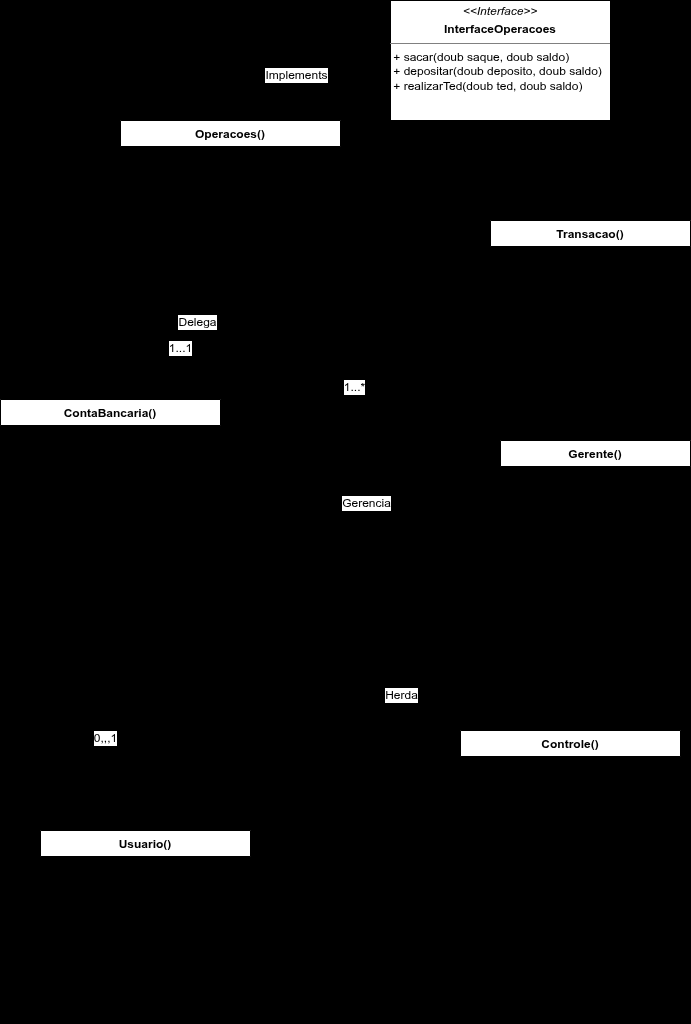
soturnacrosta/sistemaBancario keeps this draw.io diagram as Diagrama de classes.drawio.png. Above is the earlier version. Source tidied: cells renumbered, new cells last; positions are measured from the earlier drawing's top-left corner, leaving out a move shared by most shapes.
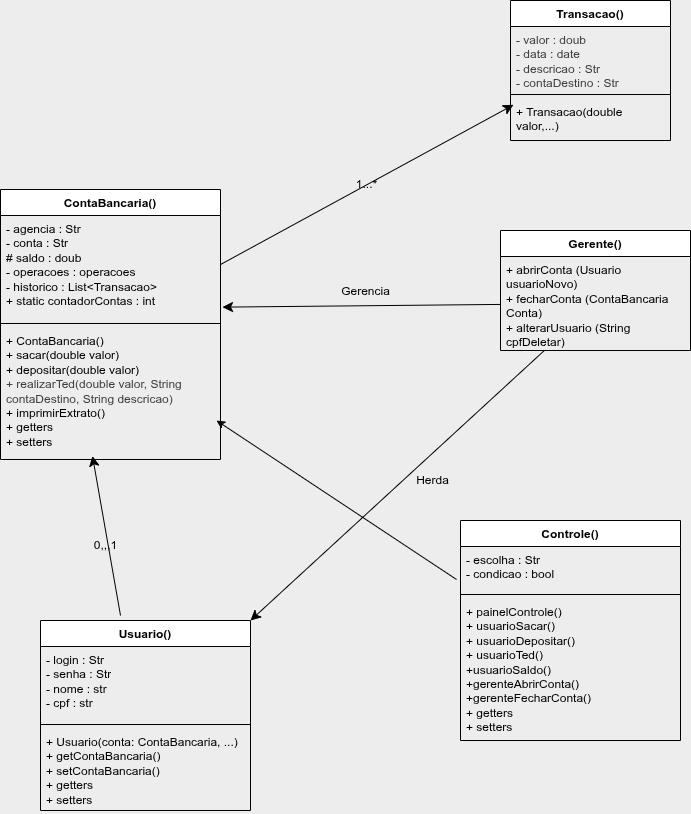
The same diagram one commit later.

What changed in the source:
```diff
@@ -1,121 +1,93 @@
-<mxGraphModel background="light-dark(#F7F7F7,#FFFFFF)">
+<mxGraphModel background="#EDEDED" shadow="1">
   <root>
     <mxCell id="0" />
     <mxCell id="1" parent="0" />
-    <mxCell id="2" value="Operacoes()" style="swimlane;fontStyle=1;align=center;verticalAlign=top;horizontal=1;startSize=26;whiteSpace=wrap;html=1;" parent="1" vertex="1">
-      <mxGeometry x="120" y="120" width="220" height="112" as="geometry" />
-    </mxCell>
-    <mxCell id="3" value="&lt;br&gt;&lt;div&gt;&lt;br&gt;&lt;/div&gt;&lt;div&gt;&lt;br&gt;&lt;/div&gt;" style="text;strokeColor=none;fillColor=none;align=left;verticalAlign=top;spacingLeft=4;spacingRight=4;overflow=hidden;points=[[0,0.5],[1,0.5]];portConstraint=eastwest;whiteSpace=wrap;html=1;" parent="2" vertex="1">
-      <mxGeometry y="26" width="220" height="6" as="geometry" />
-    </mxCell>
-    <mxCell id="4" value="&lt;div&gt;+ sacar(doub saque, doub saldo)&lt;/div&gt;&lt;div&gt;+ depositar(doub deposito, doub saldo)&lt;/div&gt;&lt;div&gt;+ realizarTed (doub ted, doub saldo)&lt;/div&gt;" style="text;strokeColor=none;fillColor=none;align=left;verticalAlign=top;spacingLeft=4;spacingRight=4;overflow=hidden;points=[[0,0.5],[1,0.5]];portConstraint=eastwest;whiteSpace=wrap;html=1;" parent="2" vertex="1">
-      <mxGeometry y="32" width="220" height="80" as="geometry" />
-    </mxCell>
-    <mxCell id="5" style="edgeStyle=none;curved=1;rounded=0;jettySize=auto;html=1;fontSize=12;startSize=8;endSize=8;entryX=0.431;entryY=-0.025;entryDx=0;entryDy=0;entryPerimeter=0;" parent="1" edge="1" source="7" target="2">
-      <mxGeometry relative="1" as="geometry">
-        <Array as="points">
-          <mxPoint x="220" y="80" />
-        </Array>
-      </mxGeometry>
-    </mxCell>
-    <mxCell id="6" value="Implements" style="edgeLabel;html=1;align=center;verticalAlign=middle;fontSize=12;" parent="5" vertex="1">
-      <mxGeometry x="-0.09" relative="1" as="geometry" />
-    </mxCell>
-    <mxCell id="7" value="&lt;p style=&quot;margin:0px;margin-top:4px;text-align:center;&quot;&gt;&lt;i&gt;&amp;lt;&amp;lt;Interface&amp;gt;&amp;gt;&lt;/i&gt;&lt;/p&gt;&lt;p style=&quot;margin:0px;margin-top:4px;text-align:center;&quot;&gt;&lt;b&gt;InterfaceOperacoes&lt;/b&gt;&lt;/p&gt;&lt;hr size=&quot;1&quot; style=&quot;border-style:solid;&quot;&gt;&lt;div&gt;&amp;nbsp;+ sacar(doub saque, doub saldo)&lt;/div&gt;&lt;div&gt;&amp;nbsp;+ depositar(doub deposito, doub saldo)&lt;/div&gt;&lt;div&gt;&amp;nbsp;+ realizarTed(doub ted, doub saldo)&lt;/div&gt;&lt;p style=&quot;margin:0px;margin-left:4px;&quot;&gt;&lt;/p&gt;" style="verticalAlign=top;align=left;overflow=fill;html=1;whiteSpace=wrap;" parent="1" vertex="1">
-      <mxGeometry x="390" width="220" height="120" as="geometry" />
-    </mxCell>
-    <mxCell id="8" value="ContaBancaria()" style="swimlane;fontStyle=1;align=center;verticalAlign=top;horizontal=1;startSize=26;whiteSpace=wrap;html=1;" parent="1" vertex="1">
-      <mxGeometry y="399" width="220" height="230" as="geometry" />
+    <mxCell id="8" value="ContaBancaria()" style="swimlane;fontStyle=1;align=center;verticalAlign=top;horizontal=1;startSize=26;whiteSpace=wrap;html=1;labelBackgroundColor=none;" parent="1" vertex="1">
+      <mxGeometry y="399" width="220" height="270" as="geometry" />
     </mxCell>
-    <mxCell id="9" value="&lt;div&gt;- agencia : Str&lt;/div&gt;&lt;div&gt;- conta : Str&lt;/div&gt;&lt;div&gt;&lt;div&gt;# saldo : doub&lt;/div&gt;- operacoes : operacoes&lt;/div&gt;&lt;div&gt;    - historico : List&amp;lt;Transacao&amp;gt;&lt;/div&gt;" style="text;strokeColor=none;fillColor=none;align=left;verticalAlign=top;spacingLeft=4;spacingRight=4;overflow=hidden;points=[[0,0.5],[1,0.5]];portConstraint=eastwest;whiteSpace=wrap;html=1;" parent="8" vertex="1">
-      <mxGeometry y="26" width="220" height="84" as="geometry" />
+    <mxCell id="9" value="&lt;div&gt;- agencia : Str&lt;/div&gt;&lt;div&gt;- conta : Str&lt;/div&gt;&lt;div&gt;&lt;div&gt;# saldo : doub&lt;/div&gt;- operacoes : operacoes&lt;/div&gt;&lt;div&gt;    - historico : List&amp;lt;Transacao&amp;gt;&lt;br&gt;+ static contadorContas : int&lt;/div&gt;" style="text;strokeColor=none;fillColor=none;align=left;verticalAlign=top;spacingLeft=4;spacingRight=4;overflow=hidden;points=[[0,0.5],[1,0.5]];portConstraint=eastwest;whiteSpace=wrap;html=1;labelBackgroundColor=none;" parent="8" vertex="1">
+      <mxGeometry y="26" width="220" height="104" as="geometry" />
     </mxCell>
-    <mxCell id="10" style="line;strokeWidth=1;fillColor=none;align=left;verticalAlign=middle;spacingTop=-1;spacingLeft=3;spacingRight=3;labelPosition=right;strokeColor=inherit;" parent="8" vertex="1">
-      <mxGeometry y="110" width="220" height="8" as="geometry" />
+    <mxCell id="10" style="line;strokeWidth=1;fillColor=none;align=left;verticalAlign=middle;spacingTop=-1;spacingLeft=3;spacingRight=3;labelPosition=right;strokeColor=inherit;labelBackgroundColor=none;" parent="8" vertex="1">
+      <mxGeometry y="130" width="220" height="8" as="geometry" />
     </mxCell>
-    <mxCell id="11" value="&lt;div&gt;+ sacar(double valor)&lt;br&gt;    + depositar(double valor)&lt;/div&gt;&lt;div&gt;    + getExtrato() : List&amp;lt;Transacao&amp;gt;&lt;/div&gt;&lt;div&gt;+ realizarTed(double valor)&lt;/div&gt;&lt;div&gt;+ getters&amp;nbsp;&lt;/div&gt;&lt;div&gt;+ setters&lt;/div&gt;" style="text;strokeColor=none;fillColor=none;align=left;verticalAlign=top;spacingLeft=4;spacingRight=4;overflow=hidden;points=[[0,0.5],[1,0.5]];portConstraint=eastwest;whiteSpace=wrap;html=1;" parent="8" vertex="1">
-      <mxGeometry y="118" width="220" height="112" as="geometry" />
+    <mxCell id="11" value="&lt;div&gt;+ ContaBancaria()&lt;br&gt;+ sacar(double valor)&lt;br&gt;    + depositar(double valor)&lt;br&gt;&lt;span style=&quot;color: rgb(63, 63, 63);&quot;&gt;+ realizarTed(double valor, String contaDestino, String descricao)&lt;/span&gt;&lt;/div&gt;&lt;div&gt;    + imprimirExtrato()&lt;/div&gt;&lt;div&gt;+ getters&amp;nbsp;&lt;/div&gt;&lt;div&gt;+ setters&lt;/div&gt;" style="text;strokeColor=none;fillColor=none;align=left;verticalAlign=top;spacingLeft=4;spacingRight=4;overflow=hidden;points=[[0,0.5],[1,0.5]];portConstraint=eastwest;whiteSpace=wrap;html=1;labelBackgroundColor=none;" parent="8" vertex="1">
+      <mxGeometry y="138" width="220" height="132" as="geometry" />
     </mxCell>
-    <mxCell id="12" style="edgeStyle=none;curved=1;rounded=0;jettySize=auto;html=1;entryX=0.505;entryY=1.013;entryDx=0;entryDy=0;entryPerimeter=0;fontSize=12;startSize=8;endSize=8;" parent="1" edge="1" source="8" target="4">
-      <mxGeometry relative="1" as="geometry" />
-    </mxCell>
-    <mxCell id="13" value="Delega" style="edgeLabel;html=1;align=center;verticalAlign=middle;fontSize=12;" parent="12" vertex="1">
-      <mxGeometry x="-0.05" y="-3" relative="1" as="geometry" />
-    </mxCell>
-    <mxCell id="14" value="1...1" style="edgeLabel;html=1;align=center;verticalAlign=middle;fontSize=12;" parent="12" vertex="1">
-      <mxGeometry x="-0.39" y="2" relative="1" as="geometry" />
-    </mxCell>
-    <mxCell id="15" value="Transacao()" style="swimlane;fontStyle=1;align=center;verticalAlign=top;horizontal=1;startSize=26;whiteSpace=wrap;html=1;" parent="1" vertex="1">
-      <mxGeometry x="490" y="220" width="200" height="100" as="geometry" />
-    </mxCell>
-    <mxCell id="16" value="&lt;div&gt;# valor : doub&lt;/div&gt;&lt;div&gt;# data : date&lt;/div&gt;&lt;div&gt;# descricao : Str&lt;/div&gt;" style="text;strokeColor=none;fillColor=none;align=left;verticalAlign=top;spacingLeft=4;spacingRight=4;overflow=hidden;points=[[0,0.5],[1,0.5]];portConstraint=eastwest;whiteSpace=wrap;html=1;" parent="15" vertex="1">
-      <mxGeometry y="26" width="200" height="74" as="geometry" />
-    </mxCell>
-    <mxCell id="17" style="edgeStyle=none;curved=1;rounded=0;jettySize=auto;html=1;fontSize=12;startSize=8;endSize=8;exitX=1.005;exitY=0.865;exitDx=0;exitDy=0;exitPerimeter=0;" parent="1" edge="1" source="3" target="16">
-      <mxGeometry relative="1" as="geometry">
-        <Array as="points">
-          <mxPoint x="410" y="280" />
-        </Array>
-      </mxGeometry>
-    </mxCell>
-    <mxCell id="18" style="edgeStyle=none;curved=1;rounded=0;jettySize=auto;html=1;fontSize=12;startSize=8;endSize=8;entryX=0.418;entryY=0.973;entryDx=0;entryDy=0;entryPerimeter=0;exitX=0.424;exitY=-0.021;exitDx=0;exitDy=0;exitPerimeter=0;" parent="1" edge="1" target="11">
+    <mxCell id="18" style="edgeStyle=none;curved=1;rounded=0;jettySize=auto;html=1;fontSize=12;startSize=8;endSize=8;entryX=0.418;entryY=0.973;entryDx=0;entryDy=0;entryPerimeter=0;exitX=0.424;exitY=-0.021;exitDx=0;exitDy=0;exitPerimeter=0;labelBackgroundColor=none;" parent="1" edge="1" target="11">
       <mxGeometry relative="1" as="geometry">
         <mxPoint x="120" y="825" as="sourcePoint" />
       </mxGeometry>
     </mxCell>
-    <mxCell id="19" value="0,,,1" style="edgeLabel;html=1;align=center;verticalAlign=middle;fontSize=12;" parent="18" vertex="1">
+    <mxCell id="19" value="0,,,1" style="edgeLabel;html=1;align=center;verticalAlign=middle;fontSize=12;labelBackgroundColor=none;" parent="18" vertex="1">
       <mxGeometry x="-0.12" y="3" relative="1" as="geometry" />
     </mxCell>
-    <mxCell id="20" value="Gerente()" style="swimlane;fontStyle=1;align=center;verticalAlign=top;horizontal=1;startSize=26;whiteSpace=wrap;html=1;" parent="1" vertex="1">
+    <mxCell id="20" value="Gerente()" style="swimlane;fontStyle=1;align=center;verticalAlign=top;horizontal=1;startSize=26;whiteSpace=wrap;html=1;labelBackgroundColor=none;" parent="1" vertex="1">
       <mxGeometry x="500" y="440" width="190" height="120" as="geometry" />
     </mxCell>
-    <mxCell id="21" value="&lt;div&gt;+ abrirConta (Usuario usuario)&lt;/div&gt;&lt;div&gt;+ fecharConta (ContaBancaria Conta)&lt;/div&gt;&lt;div&gt;+ alterarUsuario (Usuario usuario)&lt;/div&gt;" style="text;strokeColor=none;fillColor=none;align=left;verticalAlign=top;spacingLeft=4;spacingRight=4;overflow=hidden;points=[[0,0.5],[1,0.5]];portConstraint=eastwest;whiteSpace=wrap;html=1;" parent="20" vertex="1">
+    <mxCell id="21" value="&lt;div&gt;+ abrirConta (Usuario usuarioNovo)&lt;/div&gt;&lt;div&gt;+ fecharConta (ContaBancaria Conta)&lt;/div&gt;&lt;div&gt;+ alterarUsuario (String cpfDeletar)&lt;/div&gt;" style="text;strokeColor=none;fillColor=none;align=left;verticalAlign=top;spacingLeft=4;spacingRight=4;overflow=hidden;points=[[0,0.5],[1,0.5]];portConstraint=eastwest;whiteSpace=wrap;html=1;labelBackgroundColor=none;" parent="20" vertex="1">
       <mxGeometry y="26" width="190" height="94" as="geometry" />
     </mxCell>
-    <mxCell id="22" style="edgeStyle=none;curved=1;rounded=0;jettySize=auto;html=1;entryX=1;entryY=0;entryDx=0;entryDy=0;fontSize=12;startSize=8;endSize=8;" parent="1" edge="1" source="21" target="26">
+    <mxCell id="22" style="edgeStyle=none;curved=1;rounded=0;jettySize=auto;html=1;entryX=1;entryY=0;entryDx=0;entryDy=0;fontSize=12;startSize=8;endSize=8;labelBackgroundColor=none;" parent="1" edge="1" source="21" target="26">
       <mxGeometry relative="1" as="geometry" />
     </mxCell>
-    <mxCell id="23" value="Herda" style="edgeLabel;html=1;align=center;verticalAlign=middle;fontSize=12;" parent="22" vertex="1">
-      <mxGeometry x="-0.01" y="2" relative="1" as="geometry" />
+    <mxCell id="23" value="Herda" style="edgeLabel;html=1;align=center;verticalAlign=middle;fontSize=12;labelBackgroundColor=none;" parent="22" vertex="1">
+      <mxGeometry x="-0.01" y="2" relative="1" as="geometry">
+        <mxPoint x="31" y="-5" as="offset" />
+      </mxGeometry>
     </mxCell>
-    <mxCell id="24" style="edgeStyle=none;curved=1;rounded=0;jettySize=auto;html=1;fontSize=12;startSize=8;endSize=8;entryX=1.009;entryY=0.881;entryDx=0;entryDy=0;entryPerimeter=0;" parent="1" edge="1" source="21" target="9">
+    <mxCell id="24" style="edgeStyle=none;curved=1;rounded=0;jettySize=auto;html=1;fontSize=12;startSize=8;endSize=8;entryX=1.009;entryY=0.881;entryDx=0;entryDy=0;entryPerimeter=0;labelBackgroundColor=none;" parent="1" edge="1" source="21" target="9">
       <mxGeometry relative="1" as="geometry" />
     </mxCell>
-    <mxCell id="25" value="Gerencia" style="edgeLabel;html=1;align=center;verticalAlign=middle;fontSize=12;" parent="24" vertex="1">
-      <mxGeometry x="-0.03" y="-2" relative="1" as="geometry" />
+    <mxCell id="25" value="Gerencia" style="edgeLabel;html=1;align=center;verticalAlign=middle;fontSize=12;labelBackgroundColor=none;" parent="24" vertex="1">
+      <mxGeometry x="-0.03" y="-2" relative="1" as="geometry">
+        <mxPoint y="-13" as="offset" />
+      </mxGeometry>
     </mxCell>
-    <mxCell id="26" value="Usuario()" style="swimlane;fontStyle=1;align=center;verticalAlign=top;horizontal=1;startSize=26;whiteSpace=wrap;html=1;" parent="1" vertex="1">
+    <mxCell id="26" value="Usuario()" style="swimlane;fontStyle=1;align=center;verticalAlign=top;horizontal=1;startSize=26;whiteSpace=wrap;html=1;labelBackgroundColor=none;" parent="1" vertex="1">
       <mxGeometry x="40" y="830" width="210" height="190" as="geometry" />
     </mxCell>
-    <mxCell id="27" value="&lt;div&gt;- login : Str&lt;/div&gt;&lt;div&gt;- senha : Str&lt;/div&gt;&lt;div&gt;- nome : str&lt;/div&gt;&lt;div&gt;- cpf : str&lt;/div&gt;" style="text;strokeColor=none;fillColor=none;align=left;verticalAlign=top;spacingLeft=4;spacingRight=4;overflow=hidden;whiteSpace=wrap;html=1;" parent="26" vertex="1">
+    <mxCell id="27" value="&lt;div&gt;- login : Str&lt;/div&gt;&lt;div&gt;- senha : Str&lt;/div&gt;&lt;div&gt;- nome : str&lt;/div&gt;&lt;div&gt;- cpf : str&lt;/div&gt;" style="text;strokeColor=none;fillColor=none;align=left;verticalAlign=top;spacingLeft=4;spacingRight=4;overflow=hidden;whiteSpace=wrap;html=1;labelBackgroundColor=none;" parent="26" vertex="1">
       <mxGeometry y="26" width="210" height="74" as="geometry" />
     </mxCell>
-    <mxCell id="28" style="line;strokeWidth=1;fillColor=none;align=left;verticalAlign=middle;spacingTop=-1;spacingLeft=3;spacingRight=3;labelPosition=right;strokeColor=inherit;" parent="26" vertex="1">
+    <mxCell id="28" style="line;strokeWidth=1;fillColor=none;align=left;verticalAlign=middle;spacingTop=-1;spacingLeft=3;spacingRight=3;labelPosition=right;strokeColor=inherit;labelBackgroundColor=none;" parent="26" vertex="1">
       <mxGeometry y="100" width="210" height="8" as="geometry" />
     </mxCell>
-    <mxCell id="29" value="&lt;div&gt;    + getContaBancaria() : ContaBancaria&lt;/div&gt;&lt;div&gt;+ getters&lt;/div&gt;&lt;div&gt;+ setters&lt;/div&gt;" style="text;strokeColor=none;fillColor=none;align=left;verticalAlign=top;spacingLeft=4;spacingRight=4;overflow=hidden;whiteSpace=wrap;html=1;" parent="26" vertex="1">
+    <mxCell id="29" value="&lt;div&gt;+ Usuario(conta: ContaBancaria, ...)&amp;nbsp;&lt;/div&gt;&lt;div&gt;+ getContaBancaria()&amp;nbsp;&amp;nbsp;&lt;/div&gt;&lt;div&gt;+ setContaBancaria()&lt;/div&gt;&lt;div&gt;+ getters&lt;/div&gt;&lt;div&gt;+ setters&lt;/div&gt;" style="text;strokeColor=none;fillColor=none;align=left;verticalAlign=top;spacingLeft=4;spacingRight=4;overflow=hidden;whiteSpace=wrap;html=1;labelBackgroundColor=none;" parent="26" vertex="1">
       <mxGeometry y="108" width="210" height="82" as="geometry" />
     </mxCell>
-    <mxCell id="30" style="edgeStyle=none;curved=1;rounded=0;jettySize=auto;html=1;entryX=-0.005;entryY=0.955;entryDx=0;entryDy=0;entryPerimeter=0;fontSize=12;startSize=8;endSize=8;" parent="1" edge="1" source="8" target="16">
-      <mxGeometry relative="1" as="geometry" />
-    </mxCell>
-    <mxCell id="31" value="1...*" style="edgeLabel;html=1;align=center;verticalAlign=middle;fontSize=12;" parent="30" vertex="1">
-      <mxGeometry x="-0.01" y="1" relative="1" as="geometry" />
-    </mxCell>
-    <mxCell id="32" value="Controle()" style="swimlane;fontStyle=1;align=center;verticalAlign=top;horizontal=1;startSize=26;whiteSpace=wrap;html=1;" parent="1" vertex="1">
-      <mxGeometry x="460" y="730" width="220" height="190" as="geometry" />
+    <mxCell id="32" value="Controle()" style="swimlane;fontStyle=1;align=center;verticalAlign=top;horizontal=1;startSize=26;whiteSpace=wrap;html=1;labelBackgroundColor=none;" parent="1" vertex="1">
+      <mxGeometry x="460" y="730" width="220" height="220" as="geometry" />
     </mxCell>
-    <mxCell id="33" value="&lt;div&gt;- escolha : Str&lt;/div&gt;&lt;div&gt;- condicao : bool&lt;/div&gt;&lt;div&gt;&lt;br&gt;&lt;/div&gt;" style="text;strokeColor=none;fillColor=none;align=left;verticalAlign=top;spacingLeft=4;spacingRight=4;overflow=hidden;points=[[0,0.5],[1,0.5]];portConstraint=eastwest;whiteSpace=wrap;html=1;" parent="32" vertex="1">
+    <mxCell id="33" value="&lt;div&gt;- escolha : Str&lt;/div&gt;&lt;div&gt;- condicao : bool&lt;/div&gt;&lt;div&gt;&lt;br&gt;&lt;/div&gt;" style="text;strokeColor=none;fillColor=none;align=left;verticalAlign=top;spacingLeft=4;spacingRight=4;overflow=hidden;points=[[0,0.5],[1,0.5]];portConstraint=eastwest;whiteSpace=wrap;html=1;labelBackgroundColor=none;" parent="32" vertex="1">
       <mxGeometry y="26" width="220" height="44" as="geometry" />
     </mxCell>
-    <mxCell id="34" style="line;strokeWidth=1;fillColor=none;align=left;verticalAlign=middle;spacingTop=-1;spacingLeft=3;spacingRight=3;labelPosition=right;strokeColor=inherit;" parent="32" vertex="1">
+    <mxCell id="34" style="line;strokeWidth=1;fillColor=none;align=left;verticalAlign=middle;spacingTop=-1;spacingLeft=3;spacingRight=3;labelPosition=right;strokeColor=inherit;labelBackgroundColor=none;" parent="32" vertex="1">
       <mxGeometry y="70" width="220" height="8" as="geometry" />
     </mxCell>
-    <mxCell id="35" value="&lt;div&gt;+ painelControle()&lt;br&gt;    + usuarioSacar()&lt;/div&gt;&lt;div&gt;    + usuarioDepositar()&lt;/div&gt;&lt;div&gt;+ usuarioTed()&lt;/div&gt;&lt;div&gt;+ getters&amp;nbsp;&lt;/div&gt;&lt;div&gt;+ setters&lt;/div&gt;" style="text;strokeColor=none;fillColor=none;align=left;verticalAlign=top;spacingLeft=4;spacingRight=4;overflow=hidden;whiteSpace=wrap;html=1;" parent="32" vertex="1">
-      <mxGeometry y="78" width="220" height="112" as="geometry" />
+    <mxCell id="35" value="&lt;div&gt;+ painelControle()&lt;br&gt;    + usuarioSacar()&lt;/div&gt;&lt;div&gt;    + usuarioDepositar()&lt;/div&gt;&lt;div&gt;+ usuarioTed()&lt;/div&gt;&lt;div&gt;+usuarioSaldo()&lt;/div&gt;&lt;div&gt;+gerenteAbrirConta()&lt;br&gt;+gerenteFecharConta()&lt;/div&gt;&lt;div&gt;+ getters&amp;nbsp;&lt;/div&gt;&lt;div&gt;+ setters&lt;/div&gt;" style="text;strokeColor=none;fillColor=none;align=left;verticalAlign=top;spacingLeft=4;spacingRight=4;overflow=hidden;whiteSpace=wrap;html=1;labelBackgroundColor=none;" parent="32" vertex="1">
+      <mxGeometry y="78" width="220" height="142" as="geometry" />
     </mxCell>
-    <mxCell id="36" style="edgeStyle=none;html=1;entryX=0.982;entryY=0.705;entryDx=0;entryDy=0;entryPerimeter=0;exitX=-0.018;exitY=0.75;exitDx=0;exitDy=0;exitPerimeter=0;" parent="1" edge="1" source="33" target="11">
+    <mxCell id="36" style="edgeStyle=none;html=1;entryX=0.982;entryY=0.705;entryDx=0;entryDy=0;entryPerimeter=0;exitX=-0.018;exitY=0.75;exitDx=0;exitDy=0;exitPerimeter=0;labelBackgroundColor=none;" parent="1" edge="1" source="33" target="11">
       <mxGeometry relative="1" as="geometry" />
     </mxCell>
+    <mxCell id="15" value="&lt;span style=&quot;color: rgb(0, 0, 0);&quot;&gt;Transacao()&lt;/span&gt;" style="swimlane;fontStyle=1;align=center;verticalAlign=top;horizontal=1;startSize=26;whiteSpace=wrap;html=1;labelBackgroundColor=none;" parent="1" vertex="1">
+      <mxGeometry x="510" y="210" width="160" height="140" as="geometry" />
+    </mxCell>
+    <mxCell id="37" value="&lt;div style=&quot;color: rgb(63, 63, 63); scrollbar-color: rgb(226, 226, 226) rgb(251, 251, 251);&quot;&gt;- valor : doub&lt;/div&gt;&lt;div style=&quot;color: rgb(63, 63, 63); scrollbar-color: rgb(226, 226, 226) rgb(251, 251, 251);&quot;&gt;- data : date&lt;/div&gt;&lt;div style=&quot;color: rgb(63, 63, 63); scrollbar-color: rgb(226, 226, 226) rgb(251, 251, 251);&quot;&gt;- descricao : Str&lt;/div&gt;&lt;div style=&quot;color: rgb(63, 63, 63); scrollbar-color: rgb(226, 226, 226) rgb(251, 251, 251);&quot;&gt;- contaDestino : Str&lt;/div&gt;&lt;div style=&quot;color: rgb(63, 63, 63); scrollbar-color: rgb(226, 226, 226) rgb(251, 251, 251);&quot;&gt;&lt;br&gt;&lt;/div&gt;" style="text;strokeColor=none;fillColor=none;align=left;verticalAlign=top;spacingLeft=4;spacingRight=4;overflow=hidden;whiteSpace=wrap;html=1;labelBackgroundColor=none;" parent="15" vertex="1">
+      <mxGeometry y="26" width="160" height="64" as="geometry" />
+    </mxCell>
+    <mxCell id="38" style="line;strokeWidth=1;fillColor=none;align=left;verticalAlign=middle;spacingTop=-1;spacingLeft=3;spacingRight=3;labelPosition=right;strokeColor=inherit;labelBackgroundColor=none;" parent="15" vertex="1">
+      <mxGeometry y="90" width="160" height="8" as="geometry" />
+    </mxCell>
+    <mxCell id="39" value="+ Transacao(double valor,...)&lt;div&gt;&lt;br&gt;&lt;/div&gt;" style="text;strokeColor=none;fillColor=none;align=left;verticalAlign=top;spacingLeft=4;spacingRight=4;overflow=hidden;points=[[0,0.5],[1,0.5]];portConstraint=eastwest;whiteSpace=wrap;html=1;labelBackgroundColor=none;" parent="15" vertex="1">
+      <mxGeometry y="98" width="160" height="42" as="geometry" />
+    </mxCell>
+    <mxCell id="40" style="edgeStyle=none;curved=1;rounded=0;jettySize=auto;html=1;entryX=0.019;entryY=0.15;entryDx=0;entryDy=0;entryPerimeter=0;fontSize=12;startSize=8;endSize=8;labelBackgroundColor=none;" parent="1" edge="1" source="8" target="39">
+      <mxGeometry relative="1" as="geometry" />
+    </mxCell>
+    <mxCell id="31" value="1...*" style="edgeLabel;html=1;align=center;verticalAlign=middle;fontSize=12;labelBackgroundColor=none;" parent="40" vertex="1">
+      <mxGeometry x="-0.01" y="1" relative="1" as="geometry" />
+    </mxCell>
   </root>
 </mxGraphModel>
```
